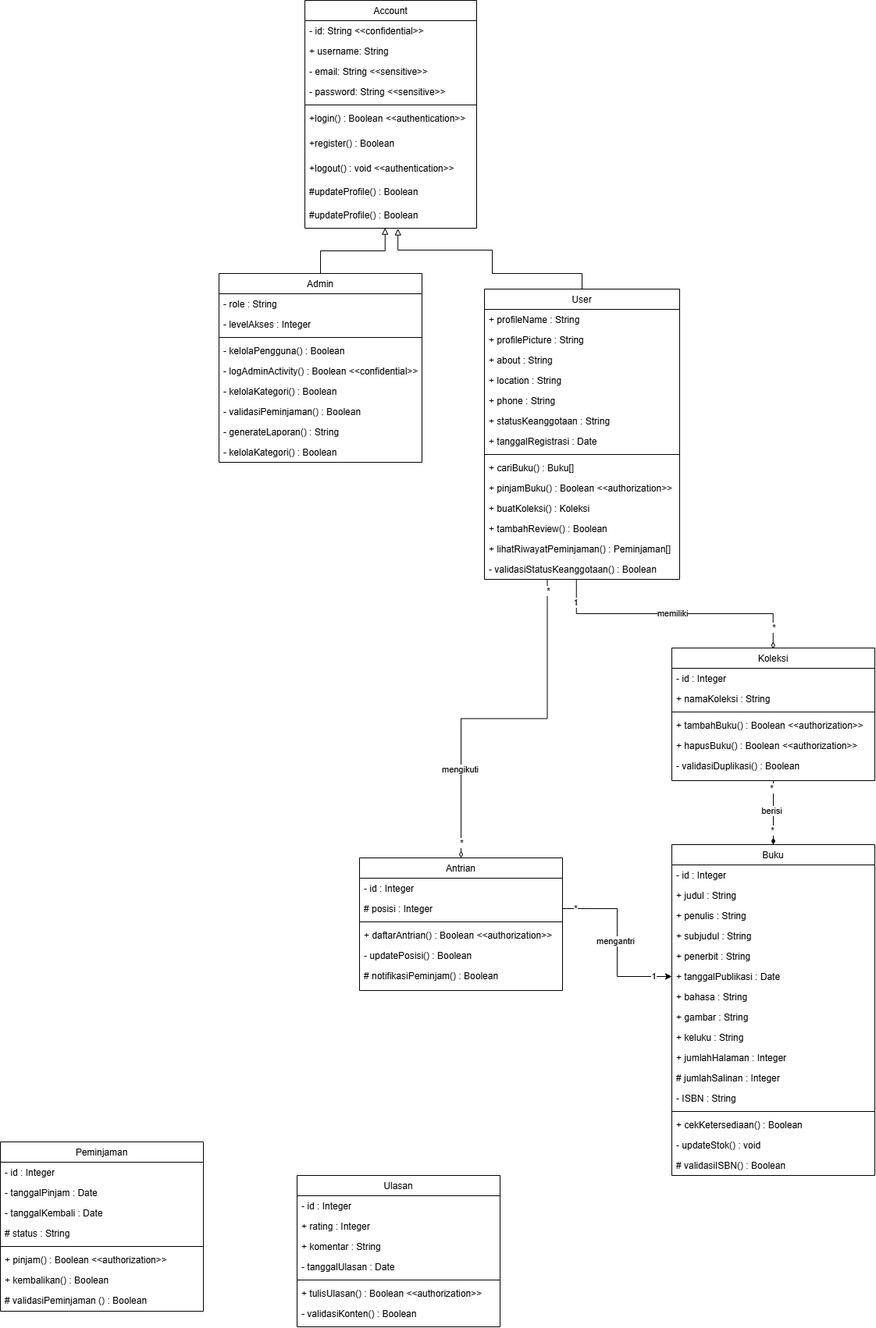
The draw.io diagram init pkpl.drawio.png in anthef/anthef, before a commit. Source tidied: cells renumbered, new cells last; positions are measured from the earlier drawing's top-left corner, leaving out a move shared by most shapes.
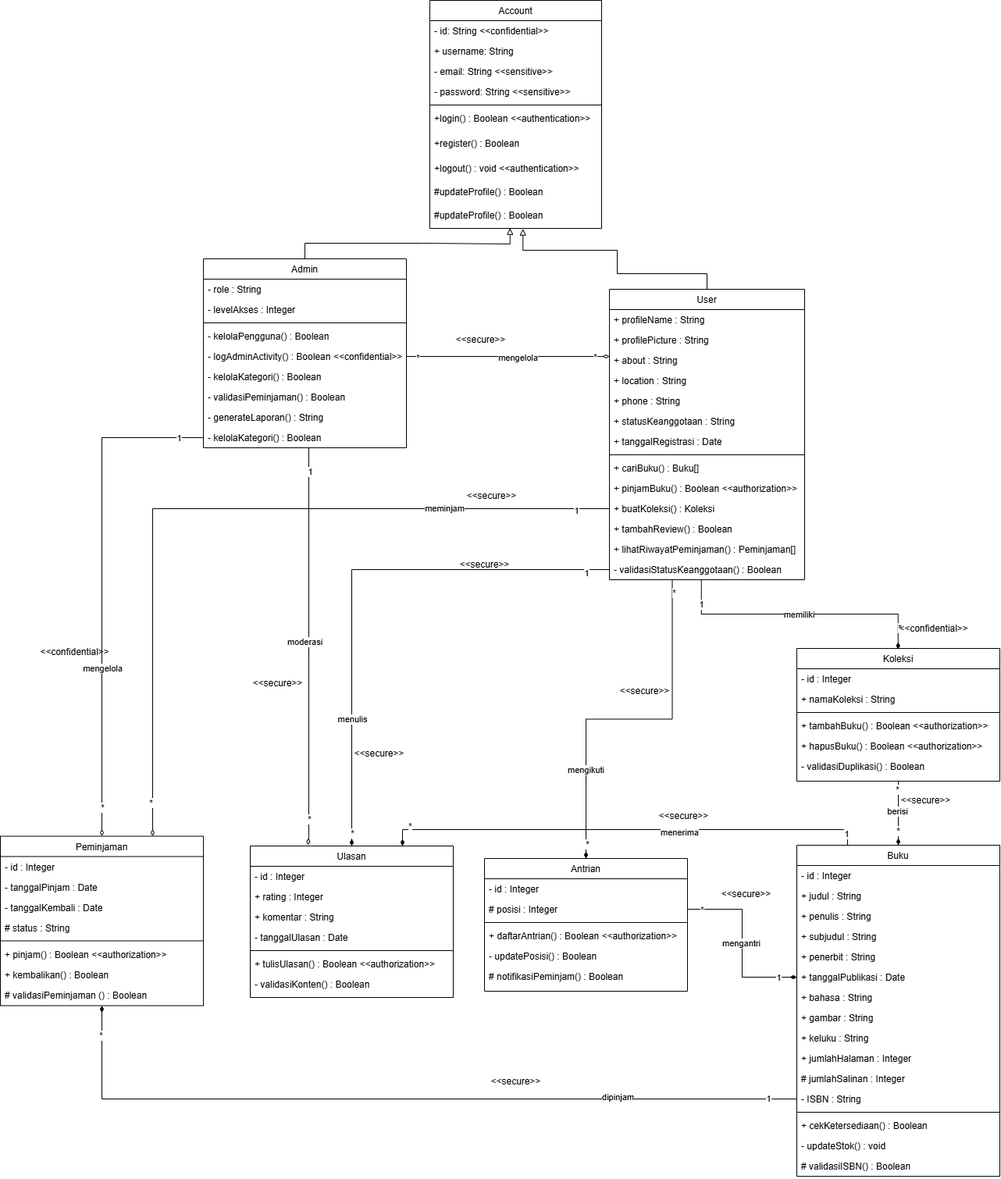
Later version of the same file.

The edit, as a diff of the source:
```diff
@@ -36,7 +36,7 @@
       <mxGeometry y="262" width="220" height="30" as="geometry" />
     </mxCell>
     <mxCell id="13" value="Admin" style="swimlane;fontStyle=0;align=center;verticalAlign=top;horizontal=1;startSize=26;rounded=0;shadow=0;strokeWidth=1;" parent="1" vertex="1">
-      <mxGeometry x="280" y="350" width="260" height="242" as="geometry" />
+      <mxGeometry x="100" y="331" width="260" height="242" as="geometry" />
     </mxCell>
     <mxCell id="14" value="- role : String" style="text;align=left;verticalAlign=top;spacingLeft=4;spacingRight=4;overflow=hidden;" parent="13" vertex="1">
       <mxGeometry y="26" width="260" height="26" as="geometry" />
@@ -65,7 +65,7 @@
     <mxCell id="22" value="- kelolaKategori() : Boolean" style="text;align=left;verticalAlign=top;spacingLeft=4;spacingRight=4;overflow=hidden;points=[[0,0.5],[1,0.5]];portConstraint=eastwest;" parent="13" vertex="1">
       <mxGeometry y="216" width="260" height="26" as="geometry" />
     </mxCell>
-    <mxCell id="23" style="edgeStyle=orthogonalEdgeStyle;rounded=0;jettySize=auto;html=1;exitX=0.471;exitY=1.018;exitDx=0;exitDy=0;exitPerimeter=0;entryX=0.499;entryY=0.006;entryDx=0;entryDy=0;entryPerimeter=0;endArrow=diamondThin;endFill=0;" parent="1" edge="1" source="45" target="52">
+    <mxCell id="23" style="edgeStyle=orthogonalEdgeStyle;rounded=0;jettySize=auto;html=1;exitX=0.471;exitY=1.018;exitDx=0;exitDy=0;exitPerimeter=0;entryX=0.499;entryY=0.006;entryDx=0;entryDy=0;entryPerimeter=0;endArrow=diamondThin;endFill=1;" parent="1" edge="1" source="45" target="52">
       <mxGeometry relative="1" as="geometry" />
     </mxCell>
     <mxCell id="24" value="memiliki" style="edgeLabel;html=1;align=center;verticalAlign=middle;" parent="23" vertex="1">
@@ -77,7 +77,7 @@
     <mxCell id="26" value="*" style="edgeLabel;html=1;align=center;verticalAlign=middle;" parent="23" vertex="1">
       <mxGeometry x="0.84" y="1" relative="1" as="geometry" />
     </mxCell>
-    <mxCell id="27" style="edgeStyle=orthogonalEdgeStyle;rounded=0;jettySize=auto;html=1;exitX=0.322;exitY=1.01;exitDx=0;exitDy=0;exitPerimeter=0;endArrow=diamondThin;endFill=0;" parent="1" edge="1" source="45" target="76">
+    <mxCell id="27" style="edgeStyle=orthogonalEdgeStyle;rounded=0;jettySize=auto;html=1;exitX=0.322;exitY=1.01;exitDx=0;exitDy=0;exitPerimeter=0;endArrow=diamondThin;endFill=1;" parent="1" edge="1" source="45" target="76">
       <mxGeometry relative="1" as="geometry" />
     </mxCell>
     <mxCell id="28" value="*" style="edgeLabel;html=1;align=center;verticalAlign=middle;" parent="27" vertex="1">
@@ -179,6 +179,22 @@
     <mxCell id="58" value="- validasiDuplikasi() : Boolean " style="text;align=left;verticalAlign=top;spacingLeft=4;spacingRight=4;overflow=hidden;" parent="52" vertex="1">
       <mxGeometry y="138" width="260" height="26" as="geometry" />
     </mxCell>
+    <mxCell id="104" style="edgeStyle=orthogonalEdgeStyle;rounded=0;jettySize=auto;html=1;exitX=0.25;exitY=0;exitDx=0;exitDy=0;entryX=0.75;entryY=0;entryDx=0;entryDy=0;endArrow=diamondThin;endFill=1;" parent="1" edge="1" source="59" target="83">
+      <mxGeometry relative="1" as="geometry" />
+    </mxCell>
+    <mxCell id="105" value="menerima" style="edgeLabel;html=1;align=center;verticalAlign=middle;" parent="104" vertex="1">
+      <mxGeometry x="-0.23" y="3" relative="1" as="geometry">
+        <mxPoint x="1" as="offset" />
+      </mxGeometry>
+    </mxCell>
+    <mxCell id="106" value="1" style="edgeLabel;html=1;align=center;verticalAlign=middle;" parent="104" vertex="1">
+      <mxGeometry x="-0.95" y="2" relative="1" as="geometry" />
+    </mxCell>
+    <mxCell id="107" value="*" style="edgeLabel;html=1;align=center;verticalAlign=middle;" parent="104" vertex="1">
+      <mxGeometry x="0.9" y="-5" relative="1" as="geometry">
+        <mxPoint x="1" as="offset" />
+      </mxGeometry>
+    </mxCell>
     <mxCell id="59" value="Buku" style="swimlane;fontStyle=0;align=center;verticalAlign=top;horizontal=1;startSize=26;rounded=0;shadow=0;strokeWidth=1;" parent="1" vertex="1">
       <mxGeometry x="860" y="1082" width="260" height="424" as="geometry" />
     </mxCell>
@@ -252,7 +268,7 @@
       <mxGeometry y="138" width="260" height="26" as="geometry" />
     </mxCell>
     <mxCell id="83" value="Ulasan" style="swimlane;fontStyle=0;align=center;verticalAlign=top;horizontal=1;startSize=26;rounded=0;shadow=0;strokeWidth=1;" parent="1" vertex="1">
-      <mxGeometry x="380" y="1506" width="260" height="194" as="geometry" />
+      <mxGeometry x="160" y="1083" width="260" height="194" as="geometry" />
     </mxCell>
     <mxCell id="84" value="- id : Integer" style="text;align=left;verticalAlign=top;spacingLeft=4;spacingRight=4;overflow=hidden;" parent="83" vertex="1">
       <mxGeometry y="26" width="260" height="26" as="geometry" />
@@ -276,7 +292,7 @@
       <mxGeometry y="164" width="260" height="26" as="geometry" />
     </mxCell>
     <mxCell id="91" value="Peminjaman" style="swimlane;fontStyle=0;align=center;verticalAlign=top;horizontal=1;startSize=26;rounded=0;shadow=0;strokeWidth=1;" parent="1" vertex="1">
-      <mxGeometry y="1463" width="260" height="217" as="geometry" />
+      <mxGeometry x="-160" y="1070.5" width="260" height="217" as="geometry" />
     </mxCell>
     <mxCell id="92" value="- id : Integer" style="text;align=left;verticalAlign=top;spacingLeft=4;spacingRight=4;overflow=hidden;" parent="91" vertex="1">
       <mxGeometry y="26" width="260" height="26" as="geometry" />
@@ -302,7 +318,7 @@
     <mxCell id="99" value="# validasiPeminjaman () : Boolean" style="text;align=left;verticalAlign=top;spacingLeft=4;spacingRight=4;overflow=hidden;" parent="91" vertex="1">
       <mxGeometry y="190" width="260" height="26" as="geometry" />
     </mxCell>
-    <mxCell id="100" style="edgeStyle=orthogonalEdgeStyle;rounded=0;jettySize=auto;html=1;exitX=1;exitY=0.5;exitDx=0;exitDy=0;entryX=0;entryY=0.5;entryDx=0;entryDy=0;" parent="1" edge="1" source="78" target="65">
+    <mxCell id="100" style="edgeStyle=orthogonalEdgeStyle;rounded=0;jettySize=auto;html=1;exitX=1;exitY=0.5;exitDx=0;exitDy=0;entryX=0;entryY=0.5;entryDx=0;entryDy=0;endArrow=diamondThin;endFill=1;" parent="1" edge="1" source="78" target="65">
       <mxGeometry relative="1" as="geometry" />
     </mxCell>
     <mxCell id="101" value="mengantri" style="edgeLabel;html=1;align=center;verticalAlign=middle;" parent="100" vertex="1">
@@ -314,5 +330,138 @@
     <mxCell id="103" value="1" style="edgeLabel;html=1;align=center;verticalAlign=middle;" parent="100" vertex="1">
       <mxGeometry x="0.79" relative="1" as="geometry" />
     </mxCell>
+    <mxCell id="108" style="edgeStyle=orthogonalEdgeStyle;rounded=0;jettySize=auto;html=1;exitX=0;exitY=0.5;exitDx=0;exitDy=0;entryX=0.5;entryY=0;entryDx=0;entryDy=0;endArrow=diamondThin;endFill=1;" parent="1" edge="1" source="45" target="83">
+      <mxGeometry relative="1" as="geometry" />
+    </mxCell>
+    <mxCell id="109" value="menulis" style="edgeLabel;html=1;align=center;verticalAlign=middle;" parent="108" vertex="1">
+      <mxGeometry x="0.52" relative="1" as="geometry">
+        <mxPoint y="1" as="offset" />
+      </mxGeometry>
+    </mxCell>
+    <mxCell id="110" value="1" style="edgeLabel;html=1;align=center;verticalAlign=middle;" parent="108" vertex="1">
+      <mxGeometry x="-0.91" y="4" relative="1" as="geometry" />
+    </mxCell>
+    <mxCell id="111" value="*" style="edgeLabel;html=1;align=center;verticalAlign=middle;" parent="108" vertex="1">
+      <mxGeometry x="0.95" relative="1" as="geometry">
+        <mxPoint y="-1" as="offset" />
+      </mxGeometry>
+    </mxCell>
+    <mxCell id="112" style="edgeStyle=orthogonalEdgeStyle;rounded=0;jettySize=auto;html=1;entryX=0.293;entryY=0.002;entryDx=0;entryDy=0;entryPerimeter=0;endArrow=diamondThin;endFill=0;" parent="1" edge="1" source="13" target="83">
+      <mxGeometry relative="1" as="geometry">
+        <Array as="points">
+          <mxPoint x="235" y="1070" />
+          <mxPoint x="234" y="1070" />
+          <mxPoint x="234" y="1082" />
+        </Array>
+      </mxGeometry>
+    </mxCell>
+    <mxCell id="113" value="moderasi" style="edgeLabel;html=1;align=center;verticalAlign=middle;" parent="112" vertex="1">
+      <mxGeometry x="-0.03" y="-6" relative="1" as="geometry" />
+    </mxCell>
+    <mxCell id="114" value="1" style="edgeLabel;html=1;align=center;verticalAlign=middle;" parent="112" vertex="1">
+      <mxGeometry x="-0.88" y="1" relative="1" as="geometry" />
+    </mxCell>
+    <mxCell id="115" value="*" style="edgeLabel;html=1;align=center;verticalAlign=middle;" parent="112" vertex="1">
+      <mxGeometry x="0.86" relative="1" as="geometry" />
+    </mxCell>
+    <mxCell id="116" style="edgeStyle=orthogonalEdgeStyle;rounded=0;jettySize=auto;html=1;entryX=0.5;entryY=0;entryDx=0;entryDy=0;endArrow=diamondThin;endFill=0;" parent="1" edge="1" source="22" target="91">
+      <mxGeometry relative="1" as="geometry" />
+    </mxCell>
+    <mxCell id="117" value="mengelola" style="edgeLabel;html=1;align=center;verticalAlign=middle;" parent="116" vertex="1">
+      <mxGeometry x="0.32" relative="1" as="geometry" />
+    </mxCell>
+    <mxCell id="118" value="1" style="edgeLabel;html=1;align=center;verticalAlign=middle;" parent="116" vertex="1">
+      <mxGeometry x="-0.9" relative="1" as="geometry" />
+    </mxCell>
+    <mxCell id="119" value="*" style="edgeLabel;html=1;align=center;verticalAlign=middle;" parent="116" vertex="1">
+      <mxGeometry x="0.88" relative="1" as="geometry" />
+    </mxCell>
+    <mxCell id="120" style="edgeStyle=orthogonalEdgeStyle;rounded=0;jettySize=auto;html=1;exitX=0;exitY=0.5;exitDx=0;exitDy=0;entryX=0.5;entryY=1;entryDx=0;entryDy=0;endArrow=diamondThin;endFill=1;" parent="1" edge="1" source="71" target="91">
+      <mxGeometry relative="1" as="geometry" />
+    </mxCell>
+    <mxCell id="121" value="dipinjam" style="edgeLabel;html=1;align=center;verticalAlign=middle;" parent="120" vertex="1">
+      <mxGeometry x="-0.54" y="-3" relative="1" as="geometry" />
+    </mxCell>
+    <mxCell id="122" value="1" style="edgeLabel;html=1;align=center;verticalAlign=middle;" parent="120" vertex="1">
+      <mxGeometry x="-0.92" y="-1" relative="1" as="geometry" />
+    </mxCell>
+    <mxCell id="123" value="*" style="edgeLabel;html=1;align=center;verticalAlign=middle;" parent="120" vertex="1">
+      <mxGeometry x="0.93" y="2" relative="1" as="geometry" />
+    </mxCell>
+    <mxCell id="124" style="edgeStyle=orthogonalEdgeStyle;rounded=0;jettySize=auto;html=1;exitX=0;exitY=0.5;exitDx=0;exitDy=0;entryX=0.75;entryY=0;entryDx=0;entryDy=0;endArrow=diamondThin;endFill=0;" parent="1" edge="1" source="42" target="91">
+      <mxGeometry relative="1" as="geometry" />
+    </mxCell>
+    <mxCell id="125" value="meminjam" style="edgeLabel;html=1;align=center;verticalAlign=middle;" parent="124" vertex="1">
+      <mxGeometry x="-0.58" y="-1" relative="1" as="geometry" />
+    </mxCell>
+    <mxCell id="126" value="1" style="edgeLabel;html=1;align=center;verticalAlign=middle;" parent="124" vertex="1">
+      <mxGeometry x="-0.91" y="2" relative="1" as="geometry">
+        <mxPoint x="-1" as="offset" />
+      </mxGeometry>
+    </mxCell>
+    <mxCell id="127" value="*" style="edgeLabel;html=1;align=center;verticalAlign=middle;" parent="124" vertex="1">
+      <mxGeometry x="0.91" y="-3" relative="1" as="geometry">
+        <mxPoint y="1" as="offset" />
+      </mxGeometry>
+    </mxCell>
+    <mxCell id="128" value="&amp;lt;&amp;lt;confidential&amp;gt;&amp;gt;" style="text;html=1;align=center;verticalAlign=middle;strokeColor=none;fillColor=none;" parent="1" vertex="1">
+      <mxGeometry x="-120" y="820" width="110" height="30" as="geometry" />
+    </mxCell>
+    <mxCell id="129" style="edgeStyle=orthogonalEdgeStyle;rounded=0;jettySize=auto;html=1;exitX=1;exitY=0.5;exitDx=0;exitDy=0;endArrow=diamondThin;endFill=0;" parent="1" edge="1" source="18">
+      <mxGeometry relative="1" as="geometry">
+        <mxPoint x="620" y="456" as="targetPoint" />
+        <Array as="points">
+          <mxPoint x="620" y="456" />
+        </Array>
+      </mxGeometry>
+    </mxCell>
+    <mxCell id="130" value="mengelola" style="edgeLabel;html=1;align=center;verticalAlign=middle;" parent="129" vertex="1">
+      <mxGeometry x="0.1" y="-1" relative="1" as="geometry">
+        <mxPoint x="-1" as="offset" />
+      </mxGeometry>
+    </mxCell>
+    <mxCell id="131" value="*" style="edgeLabel;html=1;align=center;verticalAlign=middle;" parent="129" vertex="1">
+      <mxGeometry x="-0.89" y="-1" relative="1" as="geometry">
+        <mxPoint x="-1" as="offset" />
+      </mxGeometry>
+    </mxCell>
+    <mxCell id="132" value="*" style="edgeLabel;html=1;align=center;verticalAlign=middle;" parent="129" vertex="1">
+      <mxGeometry x="0.85" relative="1" as="geometry">
+        <mxPoint x="1" as="offset" />
+      </mxGeometry>
+    </mxCell>
+    <mxCell id="133" value="&amp;lt;&amp;lt;secure&amp;gt;&amp;gt;" style="text;html=1;align=center;verticalAlign=middle;strokeColor=none;fillColor=none;" parent="1" vertex="1">
+      <mxGeometry x="410" y="420" width="90" height="30" as="geometry" />
+    </mxCell>
+    <mxCell id="134" value="&amp;lt;&amp;lt;secure&amp;gt;&amp;gt;" style="text;html=1;align=center;verticalAlign=middle;strokeColor=none;fillColor=none;" parent="1" vertex="1">
+      <mxGeometry x="415" y="708" width="90" height="30" as="geometry" />
+    </mxCell>
+    <mxCell id="135" value="&amp;lt;&amp;lt;secure&amp;gt;&amp;gt;" style="text;html=1;align=center;verticalAlign=middle;strokeColor=none;fillColor=none;" parent="1" vertex="1">
+      <mxGeometry x="424" y="620" width="90" height="30" as="geometry" />
+    </mxCell>
+    <mxCell id="136" value="&amp;lt;&amp;lt;secure&amp;gt;&amp;gt;" style="text;html=1;align=center;verticalAlign=middle;strokeColor=none;fillColor=none;rotation=0;" parent="1" vertex="1">
+      <mxGeometry x="150" y="860" width="90" height="30" as="geometry" />
+    </mxCell>
+    <mxCell id="137" value="&amp;lt;&amp;lt;secure&amp;gt;&amp;gt;" style="text;html=1;align=center;verticalAlign=middle;strokeColor=none;fillColor=none;" parent="1" vertex="1">
+      <mxGeometry x="280" y="950" width="90" height="30" as="geometry" />
+    </mxCell>
+    <mxCell id="138" value="&amp;lt;&amp;lt;secure&amp;gt;&amp;gt;" style="text;html=1;align=center;verticalAlign=middle;strokeColor=none;fillColor=none;" parent="1" vertex="1">
+      <mxGeometry x="620" y="870" width="90" height="30" as="geometry" />
+    </mxCell>
+    <mxCell id="139" value="&amp;lt;&amp;lt;confidential&amp;gt;&amp;gt;" style="text;html=1;align=center;verticalAlign=middle;strokeColor=none;fillColor=none;" parent="1" vertex="1">
+      <mxGeometry x="980" y="790" width="110" height="30" as="geometry" />
+    </mxCell>
+    <mxCell id="140" value="&amp;lt;&amp;lt;secure&amp;gt;&amp;gt;" style="text;html=1;align=center;verticalAlign=middle;strokeColor=none;fillColor=none;" parent="1" vertex="1">
+      <mxGeometry x="980" y="1010" width="90" height="30" as="geometry" />
+    </mxCell>
+    <mxCell id="141" value="&amp;lt;&amp;lt;secure&amp;gt;&amp;gt;" style="text;html=1;align=center;verticalAlign=middle;strokeColor=none;fillColor=none;" parent="1" vertex="1">
+      <mxGeometry x="670" y="1030" width="90" height="30" as="geometry" />
+    </mxCell>
+    <mxCell id="142" value="&amp;lt;&amp;lt;secure&amp;gt;&amp;gt;" style="text;html=1;align=center;verticalAlign=middle;strokeColor=none;fillColor=none;" parent="1" vertex="1">
+      <mxGeometry x="750" y="1130" width="90" height="30" as="geometry" />
+    </mxCell>
+    <mxCell id="143" value="&amp;lt;&amp;lt;secure&amp;gt;&amp;gt;" style="text;html=1;align=center;verticalAlign=middle;strokeColor=none;fillColor=none;" parent="1" vertex="1">
+      <mxGeometry x="455" y="1370" width="90" height="30" as="geometry" />
+    </mxCell>
   </root>
 </mxGraphModel>
```
